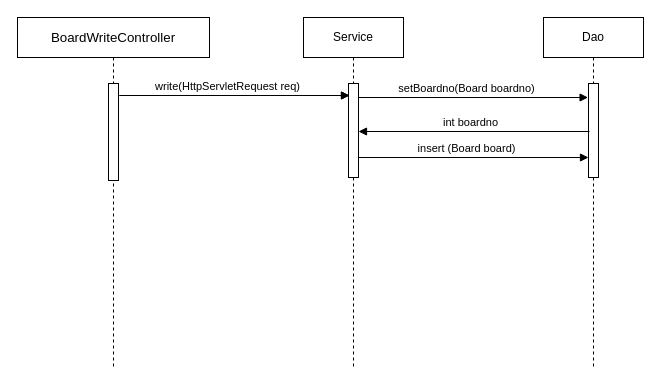
Before: document/Sequence_Board/BoardWriteController.drawio in iamheonil/KHSemiProject, a draw.io diagram. Source tidied: cells renumbered, new cells numbered last; positions are measured from the earlier drawing's top-left corner, leaving out a move shared by most shapes. Both pictures are drawn from the tidied source at 100%, with x=0, y=0 at pixel (17, 17).
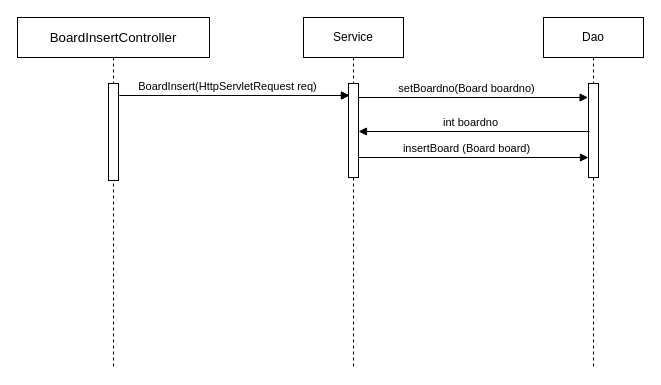
The same page after the edit.

The edit, as a diff of the source:
```diff
@@
 <mxGraphModel>
   <root>
     <mxCell id="0" />
     <mxCell id="1" parent="0" />
     <mxCell id="2" style="html=1;perimeter=orthogonalPerimeter;" parent="1" vertex="1">
       <mxGeometry x="331" y="66" width="10" height="40" as="geometry" />
     </mxCell>
     <mxCell id="3" style="html=1;perimeter=orthogonalPerimeter;" parent="1" vertex="1">
       <mxGeometry x="91" y="66" width="10" height="97" as="geometry" />
     </mxCell>
-    <mxCell id="4" value="write(HttpServletRequest req)" style="html=1;verticalAlign=bottom;endArrow=block;" parent="1" edge="1">
+    <mxCell id="4" value="BoardInsert(HttpServletRequest req)" style="html=1;verticalAlign=bottom;endArrow=block;" parent="1" edge="1">
       <mxGeometry x="-0.06" relative="1" as="geometry">
         <mxPoint x="102" y="78" as="sourcePoint" />
         <mxPoint x="332" y="78" as="targetPoint" />
       </mxGeometry>
     </mxCell>
-    <mxCell id="5" value="insert (Board board)" style="html=1;verticalAlign=bottom;endArrow=block;" parent="1" edge="1">
+    <mxCell id="5" value="insertBoard (Board board)" style="html=1;verticalAlign=bottom;endArrow=block;" parent="1" edge="1">
       <mxGeometry x="-0.06" relative="1" as="geometry">
         <mxPoint x="341" y="140" as="sourcePoint" />
         <mxPoint x="571" y="140" as="targetPoint" />
       </mxGeometry>
     </mxCell>
-    <mxCell id="6" value="&lt;span style=&quot;font-size: 10pt ; font-family: &amp;#34;arial&amp;#34;&quot;&gt;BoardWriteController&lt;/span&gt;" style="shape=umlLifeline;perimeter=lifelinePerimeter;whiteSpace=wrap;html=1;" parent="1" vertex="1">
+    <mxCell id="6" value="&lt;span style=&quot;font-size: 10pt ; font-family: &amp;#34;arial&amp;#34;&quot;&gt;BoardInsertController&lt;/span&gt;" style="shape=umlLifeline;perimeter=lifelinePerimeter;whiteSpace=wrap;html=1;" parent="1" vertex="1">
       <mxGeometry width="192" height="350" as="geometry" />
     </mxCell>
     <mxCell id="7" value="Service" style="shape=umlLifeline;perimeter=lifelinePerimeter;whiteSpace=wrap;html=1;" parent="1" vertex="1">
       <mxGeometry x="286" width="100" height="350" as="geometry" />
     </mxCell>
     <mxCell id="8" style="html=1;perimeter=orthogonalPerimeter;" parent="7" vertex="1">
       <mxGeometry x="45" y="66" width="10" height="94" as="geometry" />
     </mxCell>
     <mxCell id="9" value="Dao" style="shape=umlLifeline;perimeter=lifelinePerimeter;whiteSpace=wrap;html=1;" parent="1" vertex="1">
       <mxGeometry x="526" width="100" height="350" as="geometry" />
     </mxCell>
     <mxCell id="10" style="html=1;perimeter=orthogonalPerimeter;" parent="9" vertex="1">
       <mxGeometry x="45" y="66" width="10" height="94" as="geometry" />
     </mxCell>
     <mxCell id="11" style="html=1;perimeter=orthogonalPerimeter;" parent="1" vertex="1">
       <mxGeometry x="91" y="66" width="10" height="97" as="geometry" />
     </mxCell>
     <mxCell id="12" style="html=1;verticalAlign=bottom;endArrow=block;" parent="1" edge="1">
       <mxGeometry x="-0.06" relative="1" as="geometry">
         <mxPoint x="102" y="78" as="sourcePoint" />
         <mxPoint x="332" y="78" as="targetPoint" />
       </mxGeometry>
     </mxCell>
     <mxCell id="13" value="setBoardno(Board boardno)" style="html=1;verticalAlign=bottom;endArrow=block;entryX=-0.04;entryY=0.29;entryDx=0;entryDy=0;entryPerimeter=0;" parent="1" edge="1">
       <mxGeometry x="-0.06" relative="1" as="geometry">
         <mxPoint x="341" y="80" as="sourcePoint" />
         <mxPoint x="570.6" y="80" as="targetPoint" />
       </mxGeometry>
     </mxCell>
     <mxCell id="14" value="int boardno" style="html=1;verticalAlign=bottom;endArrow=block;" parent="1" edge="1">
       <mxGeometry x="0.03" relative="1" as="geometry">
         <mxPoint x="572" y="114" as="sourcePoint" />
         <mxPoint x="341" y="114" as="targetPoint" />
       </mxGeometry>
     </mxCell>
   </root>
 </mxGraphModel>
```
